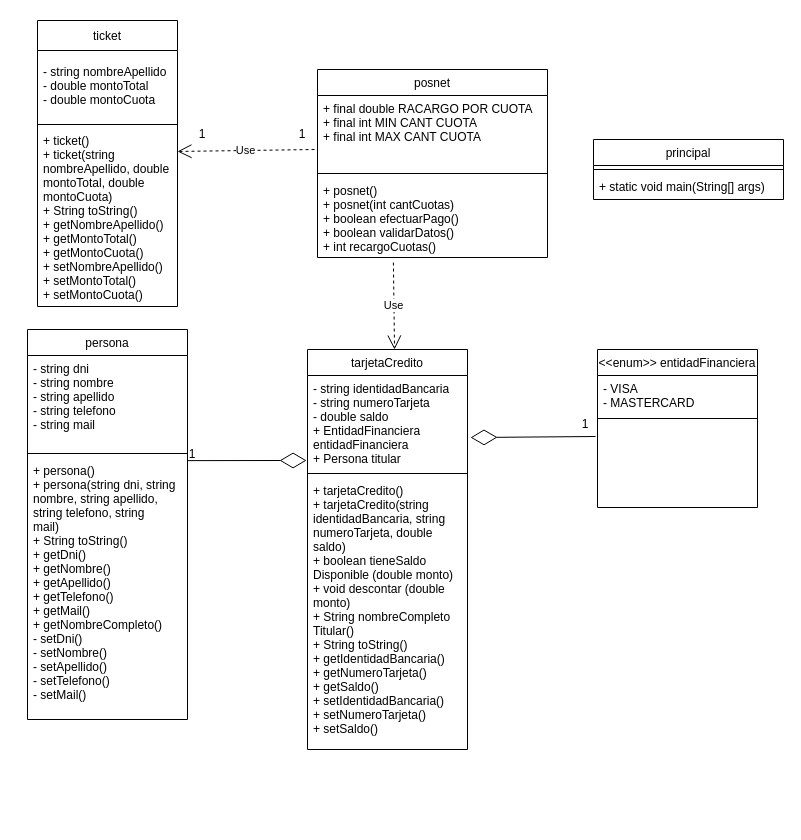
Before: trabajoIntegrador/posnet Spada V. 29-3.drawio in Mekan3/posnet, a draw.io diagram. Source tidied: cells renumbered, new cells numbered last; positions are measured from the earlier drawing's top-left corner, leaving out a move shared by most shapes. Both pictures are drawn from the tidied source at 100%, with x=0, y=0 at pixel (27, 20).
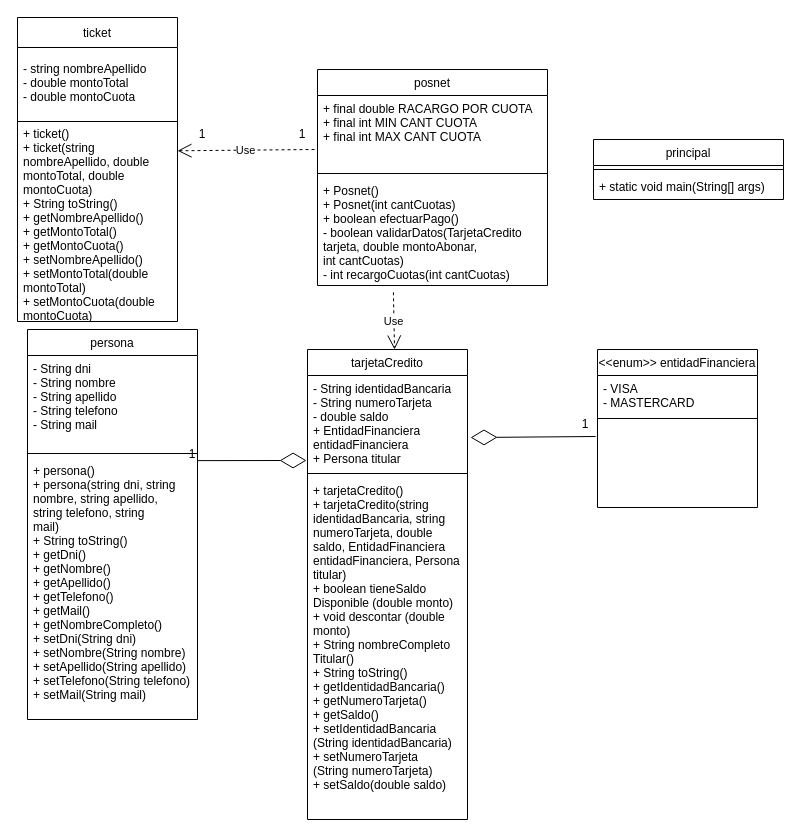
The same page after the edit.

Commit message (it also covers changes not shown here):
Actualizado UML

The edit, as a diff of the source:
```diff
@@
     <mxCell id="2" value="tarjetaCredito" style="swimlane;fontStyle=0;align=center;verticalAlign=top;horizontal=1;startSize=26;rounded=0;shadow=0;strokeWidth=1;" parent="1" vertex="1">
-      <mxGeometry x="280" y="329" width="160" height="400" as="geometry" />
+      <mxGeometry x="280" y="329" width="160" height="470" as="geometry" />
     </mxCell>
-    <mxCell id="3" value="- string identidadBancaria&#10;- string numeroTarjeta&#10;- double saldo&#10;+ EntidadFinanciera &#10;entidadFinanciera&#10;+ Persona titular" style="text;align=left;verticalAlign=top;spacingLeft=4;spacingRight=4;overflow=hidden;points=[[0,0.5],[1,0.5]];portConstraint=eastwest;" parent="2" vertex="1">
+    <mxCell id="3" value="- String identidadBancaria&#10;- String numeroTarjeta&#10;- double saldo&#10;+ EntidadFinanciera &#10;entidadFinanciera&#10;+ Persona titular" style="text;align=left;verticalAlign=top;spacingLeft=4;spacingRight=4;overflow=hidden;points=[[0,0.5],[1,0.5]];portConstraint=eastwest;" parent="2" vertex="1">
       <mxGeometry y="26" width="160" height="94" as="geometry" />
     </mxCell>
@@
-    <mxCell id="5" value="+ tarjetaCredito()&#10;+ tarjetaCredito(string &#10;identidadBancaria, string&#10;numeroTarjeta, double&#10;saldo)&#10;+ boolean tieneSaldo&#10;Disponible (double monto)&#10;+ void descontar (double&#10;monto)&#10;+ String nombreCompleto&#10;Titular()&#10;+ String toString()&#10;+ getIdentidadBancaria()&#10;+ getNumeroTarjeta()&#10;+ getSaldo()&#10;+ setIdentidadBancaria()&#10;+ setNumeroTarjeta()&#10;+ setSaldo()" style="text;align=left;verticalAlign=top;spacingLeft=4;spacingRight=4;overflow=hidden;" parent="2" vertex="1">
-      <mxGeometry y="128" width="160" height="272" as="geometry" />
+    <mxCell id="5" value="+ tarjetaCredito()&#10;+ tarjetaCredito(string &#10;identidadBancaria, string&#10;numeroTarjeta, double&#10;saldo, EntidadFinanciera&#10;entidadFinanciera, Persona&#10;titular)&#10;+ boolean tieneSaldo&#10;Disponible (double monto)&#10;+ void descontar (double&#10;monto)&#10;+ String nombreCompleto&#10;Titular()&#10;+ String toString()&#10;+ getIdentidadBancaria()&#10;+ getNumeroTarjeta()&#10;+ getSaldo()&#10;+ setIdentidadBancaria&#10;(String identidadBancaria)&#10;+ setNumeroTarjeta&#10;(String numeroTarjeta)&#10;+ setSaldo(double saldo)" style="text;align=left;verticalAlign=top;spacingLeft=4;spacingRight=4;overflow=hidden;" parent="2" vertex="1">
+      <mxGeometry y="128" width="160" height="342" as="geometry" />
     </mxCell>
     <mxCell id="6" value="persona" style="swimlane;fontStyle=0;align=center;verticalAlign=top;horizontal=1;startSize=26;rounded=0;shadow=0;strokeWidth=1;" parent="1" vertex="1">
-      <mxGeometry y="309" width="160" height="390" as="geometry" />
+      <mxGeometry y="309" width="170" height="390" as="geometry" />
     </mxCell>
-    <mxCell id="7" value="- string dni&#10;- string nombre&#10;- string apellido&#10;- string telefono&#10;- string mail" style="text;align=left;verticalAlign=top;spacingLeft=4;spacingRight=4;overflow=hidden;" parent="6" vertex="1">
-      <mxGeometry y="26" width="160" height="94" as="geometry" />
+    <mxCell id="7" value="- String dni&#10;- String nombre&#10;- String apellido&#10;- String telefono&#10;- String mail" style="text;align=left;verticalAlign=top;spacingLeft=4;spacingRight=4;overflow=hidden;" parent="6" vertex="1">
+      <mxGeometry y="26" width="170" height="94" as="geometry" />
     </mxCell>
     <mxCell id="8" style="line;html=1;strokeWidth=1;align=left;verticalAlign=middle;spacingTop=-1;spacingLeft=3;spacingRight=3;labelPosition=right;" parent="6" vertex="1">
-      <mxGeometry y="120" width="160" height="8" as="geometry" />
+      <mxGeometry y="120" width="170" height="8" as="geometry" />
     </mxCell>
-    <mxCell id="9" value="+ persona()&#10;+ persona(string dni, string&#10;nombre, string apellido, &#10;string telefono, string&#10;mail)&#10;+ String toString()&#10;+ getDni()&#10;+ getNombre()&#10;+ getApellido()&#10;+ getTelefono()&#10;+ getMail()&#10;+ getNombreCompleto()&#10;- setDni()&#10;- setNombre()&#10;- setApellido()&#10;- setTelefono()&#10;- setMail()" style="text;align=left;verticalAlign=top;spacingLeft=4;spacingRight=4;overflow=hidden;points=[[0,0.5],[1,0.5]];portConstraint=eastwest;fontStyle=0;" parent="6" vertex="1">
-      <mxGeometry y="128" width="160" height="262" as="geometry" />
+    <mxCell id="9" value="+ persona()&#10;+ persona(string dni, string&#10;nombre, string apellido, &#10;string telefono, string&#10;mail)&#10;+ String toString()&#10;+ getDni()&#10;+ getNombre()&#10;+ getApellido()&#10;+ getTelefono()&#10;+ getMail()&#10;+ getNombreCompleto()&#10;+ setDni(String dni)&#10;+ setNombre(String nombre)&#10;+ setApellido(String apellido)&#10;+ setTelefono(String telefono)&#10;+ setMail(String mail)" style="text;align=left;verticalAlign=top;spacingLeft=4;spacingRight=4;overflow=hidden;points=[[0,0.5],[1,0.5]];portConstraint=eastwest;fontStyle=0;" parent="6" vertex="1">
+      <mxGeometry y="128" width="170" height="262" as="geometry" />
     </mxCell>
@@
     <mxCell id="13" value="posnet" style="swimlane;fontStyle=0;align=center;verticalAlign=top;horizontal=1;startSize=26;rounded=0;shadow=0;strokeWidth=1;" parent="1" vertex="1">
-      <mxGeometry x="290" y="49" width="230" height="188" as="geometry" />
+      <mxGeometry x="290" y="49" width="230" height="216" as="geometry" />
     </mxCell>
@@
-    <mxCell id="16" value="+ posnet()&#10;+ posnet(int cantCuotas)&#10;+ boolean efectuarPago()&#10;+ boolean validarDatos()&#10;+ int recargoCuotas()" style="text;align=left;verticalAlign=top;spacingLeft=4;spacingRight=4;overflow=hidden;points=[[0,0.5],[1,0.5]];portConstraint=eastwest;" parent="13" vertex="1">
-      <mxGeometry y="108" width="230" height="80" as="geometry" />
+    <mxCell id="16" value="+ Posnet()&#10;+ Posnet(int cantCuotas)&#10;+ boolean efectuarPago()&#10;- boolean validarDatos(TarjetaCredito&#10;tarjeta, double montoAbonar, &#10;int cantCuotas)&#10;- int recargoCuotas(int cantCuotas)" style="text;align=left;verticalAlign=top;spacingLeft=4;spacingRight=4;overflow=hidden;points=[[0,0.5],[1,0.5]];portConstraint=eastwest;" parent="13" vertex="1">
+      <mxGeometry y="108" width="230" height="108" as="geometry" />
     </mxCell>
     <mxCell id="17" value="ticket" style="swimlane;fontStyle=0;horizontal=1;startSize=30;" parent="1" vertex="1">
-      <mxGeometry x="10" width="140" height="286" as="geometry" />
+      <mxGeometry x="-10" y="-3" width="160" height="304" as="geometry" />
     </mxCell>
     <mxCell id="18" value="- string nombreApellido&#10;- double montoTotal&#10;- double montoCuota" style="text;strokeColor=none;fillColor=none;align=left;verticalAlign=middle;spacingLeft=4;spacingRight=4;overflow=hidden;" parent="17" vertex="1">
-      <mxGeometry y="30" width="140" height="70" as="geometry" />
+      <mxGeometry y="30" width="160" height="70" as="geometry" />
     </mxCell>
     <mxCell id="19" style="line;html=1;strokeWidth=1;align=left;verticalAlign=middle;spacingTop=-1;spacingLeft=3;spacingRight=3;labelPosition=right;" parent="17" vertex="1">
-      <mxGeometry y="100" width="140" height="8" as="geometry" />
+      <mxGeometry y="100" width="160" height="8" as="geometry" />
     </mxCell>
-    <mxCell id="20" value="+ ticket()&#10;+ ticket(string &#10;nombreApellido, double&#10;montoTotal, double&#10;montoCuota)&#10;+ String toString()&#10;+ getNombreApellido()&#10;+ getMontoTotal()&#10;+ getMontoCuota()&#10;+ setNombreApellido()&#10;+ setMontoTotal()&#10;+ setMontoCuota()" style="text;strokeColor=none;fillColor=none;align=left;verticalAlign=middle;spacingLeft=4;spacingRight=4;overflow=hidden;points=[[0,0.5],[1,0.5]];portConstraint=eastwest;" parent="17" vertex="1">
-      <mxGeometry y="108" width="140" height="178" as="geometry" />
+    <mxCell id="20" value="+ ticket()&#10;+ ticket(string &#10;nombreApellido, double&#10;montoTotal, double&#10;montoCuota)&#10;+ String toString()&#10;+ getNombreApellido()&#10;+ getMontoTotal()&#10;+ getMontoCuota()&#10;+ setNombreApellido()&#10;+ setMontoTotal(double&#10;montoTotal)&#10;+ setMontoCuota(double&#10;montoCuota)" style="text;strokeColor=none;fillColor=none;align=left;verticalAlign=middle;spacingLeft=4;spacingRight=4;overflow=hidden;points=[[0,0.5],[1,0.5]];portConstraint=eastwest;" parent="17" vertex="1">
+      <mxGeometry y="108" width="160" height="196" as="geometry" />
     </mxCell>
```
